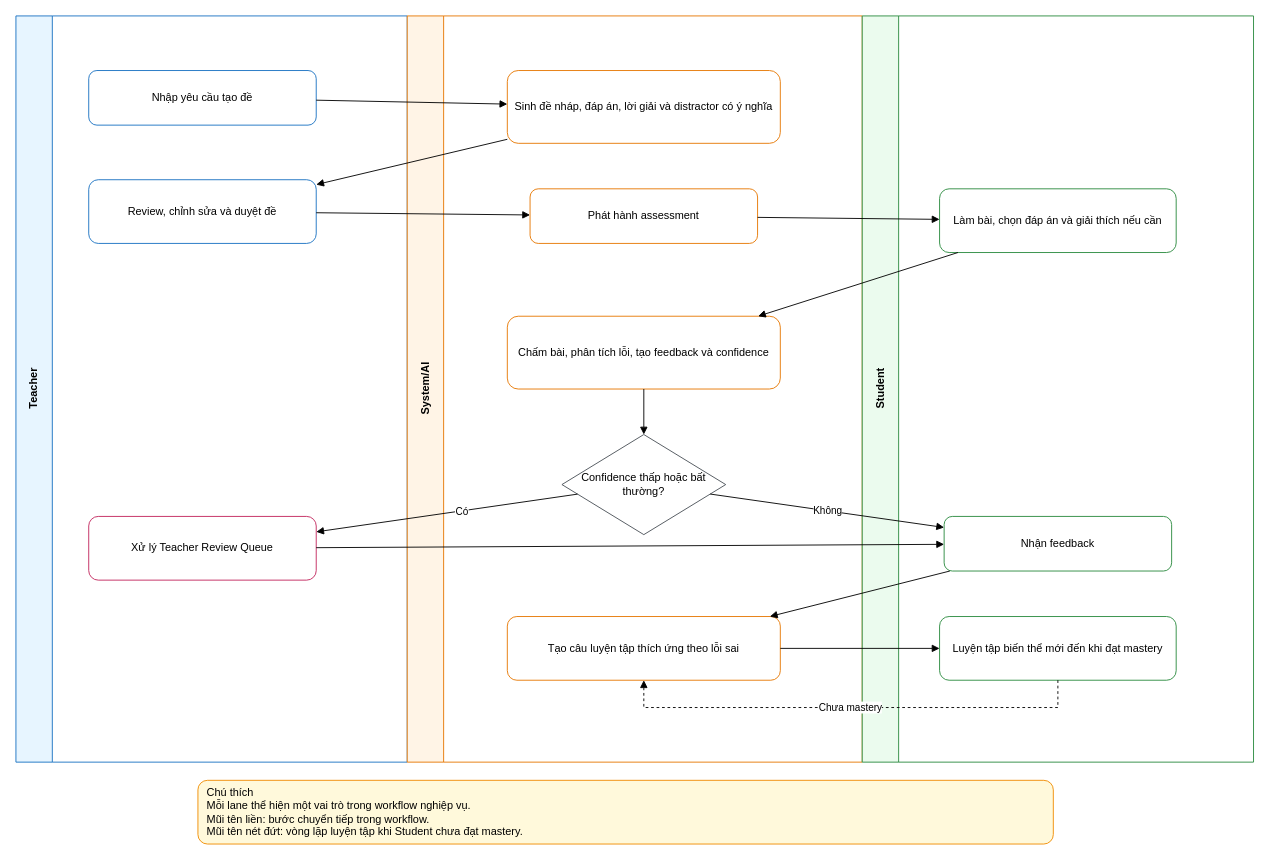
The draw.io diagram docs/diagrams/business-workflows.drawio in biabeogo147/AI-Assessment-and-Feedback-Assistant, before the edit. Source tidied: cells renumbered, new cells numbered last; positions are measured from the earlier drawing's top-left corner, leaving out a move shared by most shapes. Both pictures are drawn from the tidied source at 91%, with x=0, y=0 at pixel (15, 15).
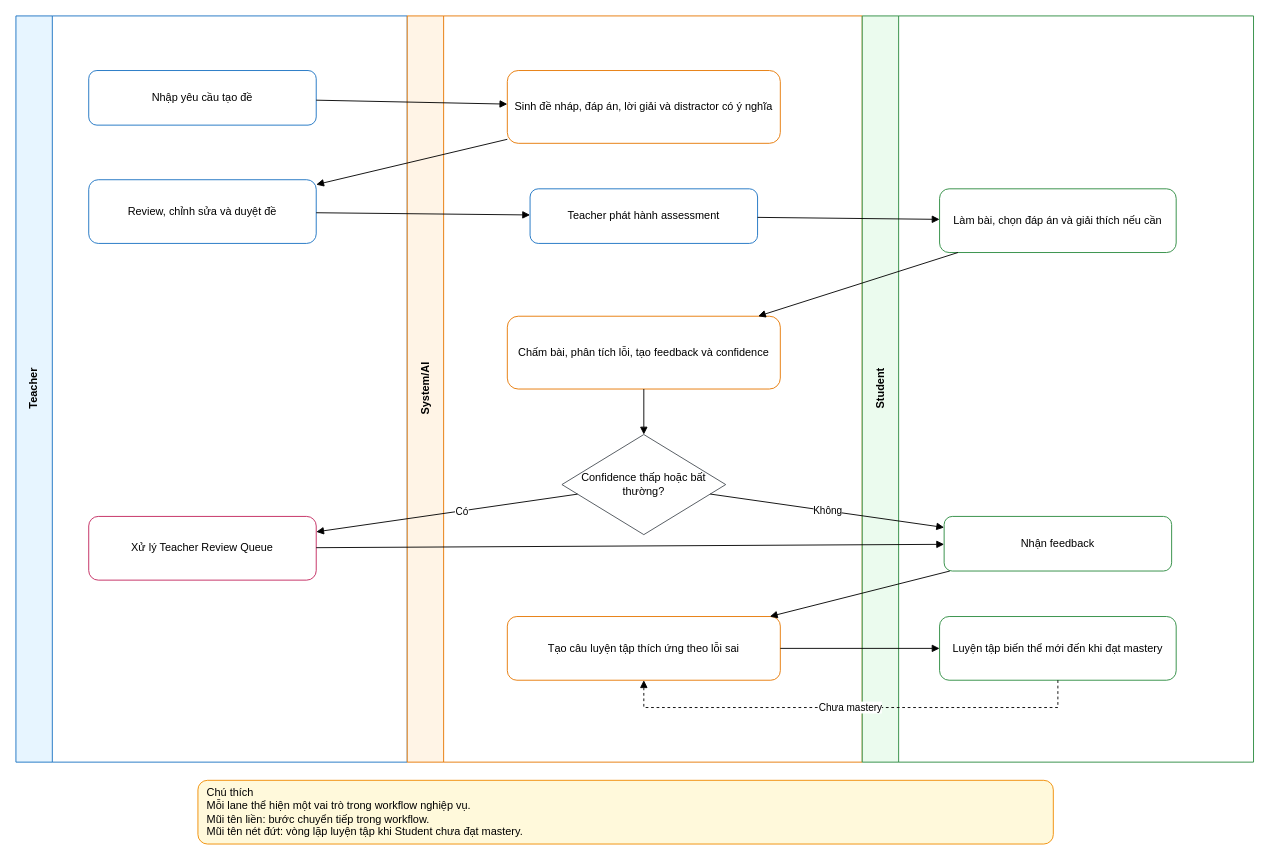
Above is the later version.

Unchanged cells that the change refers to:
```xml
<mxCell id="15" value="Review, chỉnh sửa và duyệt đề" style="rounded=1;whiteSpace=wrap;html=1;fillColor=#ffffff;strokeColor=#1971c2;" parent="1" vertex="1">
  <mxGeometry x="80" y="180" width="250" height="70" as="geometry" />
</mxCell>
<mxCell id="17" value="Làm bài, chọn đáp án và giải thích nếu cần" style="rounded=1;whiteSpace=wrap;html=1;fillColor=#ffffff;strokeColor=#2b8a3e;" parent="1" vertex="1">
  <mxGeometry x="1015" y="190" width="260" height="70" as="geometry" />
</mxCell>
```

The edit, as a diff of the source:
```diff
@@
-    <mxCell id="16" value="Phát hành assessment" style="rounded=1;whiteSpace=wrap;html=1;fillColor=#ffffff;strokeColor=#e67700;" parent="1" vertex="1">
-      <mxGeometry x="565" y="190" width="250" height="60" as="geometry" />
-    </mxCell>
+    <mxCell id="29" value="Teacher phát hành assessment" style="rounded=1;whiteSpace=wrap;html=1;fillColor=#ffffff;strokeColor=#1971c2;" parent="1" vertex="1">
+      <mxGeometry x="565" y="190" width="250" height="60" as="geometry" />
+    </mxCell>
@@
-    <mxCell id="23" style="endArrow=block;html=1;rounded=0;" parent="1" edge="1" source="15" target="16">
+    <mxCell id="23" style="endArrow=block;html=1;rounded=0;" parent="1" edge="1" source="15" target="29">
       <mxGeometry relative="1" as="geometry" />
     </mxCell>
-    <mxCell id="24" style="endArrow=block;html=1;rounded=0;" parent="1" edge="1" source="16" target="17">
+    <mxCell id="24" style="endArrow=block;html=1;rounded=0;" parent="1" edge="1" source="29" target="17">
       <mxGeometry relative="1" as="geometry" />
     </mxCell>
```
